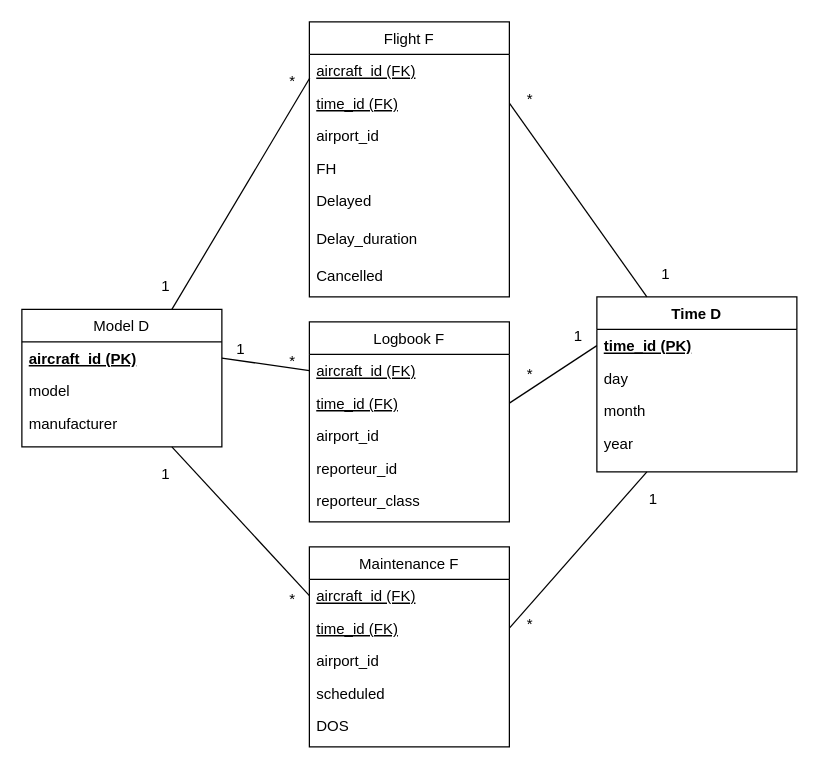
AdriaCoding/DW keeps this draw.io diagram as pw1.drawio. Above is the earlier version. Source tidied: cells renumbered, new cells numbered last; positions are measured from the earlier drawing's top-left corner, leaving out a move shared by most shapes. Both pictures are drawn from the tidied source at 125%, with x=0, y=0 at pixel (21, 21).
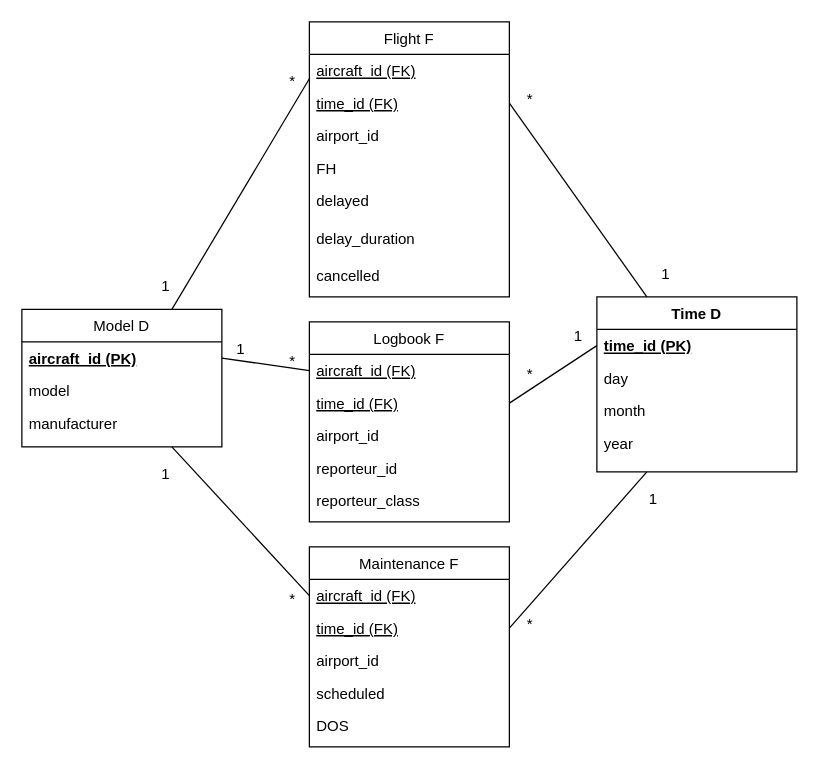
Above is the later version.

Unchanged cells that the change refers to:
```xml
<mxCell id="17" value="Flight F" style="swimlane;fontStyle=0;align=center;verticalAlign=top;horizontal=1;startSize=26;rounded=0;shadow=0;strokeWidth=1;" parent="1" vertex="1">
  <mxGeometry x="230" width="160" height="220" as="geometry" />
</mxCell>
```

What changed in the source:
```diff
@@
-    <mxCell id="22" value="Delayed" style="text;align=left;verticalAlign=top;spacingLeft=4;spacingRight=4;overflow=hidden;rounded=0;shadow=0;html=0;" parent="17" vertex="1">
+    <mxCell id="22" value="delayed" style="text;align=left;verticalAlign=top;spacingLeft=4;spacingRight=4;overflow=hidden;rounded=0;shadow=0;html=0;" parent="17" vertex="1">
       <mxGeometry y="130" width="160" height="30" as="geometry" />
     </mxCell>
-    <mxCell id="23" value="Delay_duration" style="text;align=left;verticalAlign=top;spacingLeft=4;spacingRight=4;overflow=hidden;rounded=0;shadow=0;html=0;" parent="17" vertex="1">
+    <mxCell id="23" value="delay_duration" style="text;align=left;verticalAlign=top;spacingLeft=4;spacingRight=4;overflow=hidden;rounded=0;shadow=0;html=0;" parent="17" vertex="1">
       <mxGeometry y="160" width="160" height="30" as="geometry" />
     </mxCell>
-    <mxCell id="24" value="Cancelled" style="text;align=left;verticalAlign=top;spacingLeft=4;spacingRight=4;overflow=hidden;rounded=0;shadow=0;html=0;" parent="17" vertex="1">
+    <mxCell id="24" value="cancelled" style="text;align=left;verticalAlign=top;spacingLeft=4;spacingRight=4;overflow=hidden;rounded=0;shadow=0;html=0;" parent="17" vertex="1">
       <mxGeometry y="190" width="160" height="30" as="geometry" />
     </mxCell>
```
